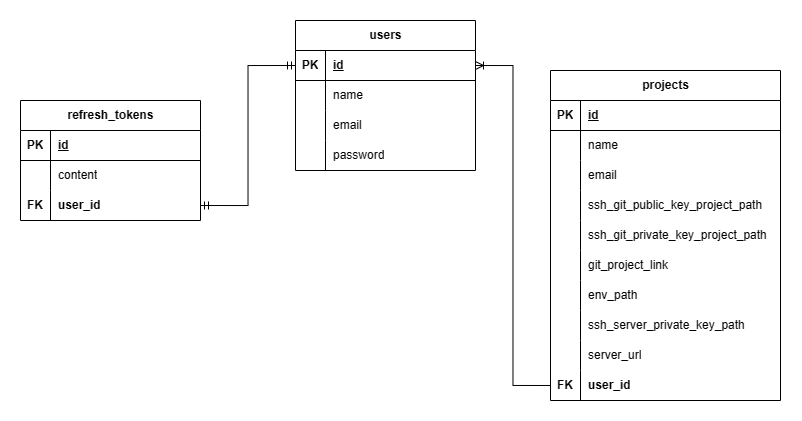
Above: deployment_back/assets/database-schema.png in Rus203/deployment_service (draw.io), before the change. Source tidied: cells renumbered, new cells last; positions are measured from the earlier drawing's top-left corner, leaving out a move shared by most shapes.
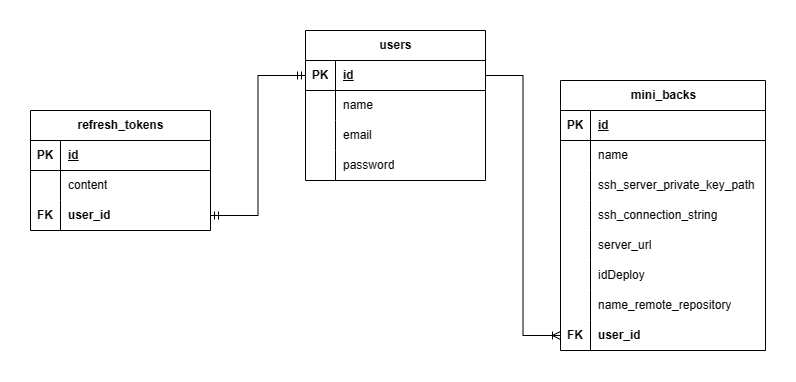
Later version of the same file.

Change to the diagram source:
```diff
@@ -41,98 +41,80 @@
     <mxCell id="14" value="password" style="shape=partialRectangle;fillColor=none;top=0;left=0;bottom=0;right=0;align=left;spacingLeft=6;overflow=hidden;whiteSpace=wrap;html=1;" parent="12" vertex="1">
       <mxGeometry x="30" width="150" height="30" as="geometry" />
     </mxCell>
-    <mxCell id="15" value="projects" style="shape=table;startSize=30;rowLines=0;fontStyle=1;align=center;html=1;" parent="1" vertex="1">
-      <mxGeometry x="530" y="50" width="230" height="330" as="geometry" />
+    <mxCell id="15" value="mini_backs" style="shape=table;startSize=30;rowLines=0;fontStyle=1;align=center;html=1;" parent="1" vertex="1">
+      <mxGeometry x="530" y="50" width="205" height="270" as="geometry" />
     </mxCell>
     <mxCell id="16" style="shape=tableRow;horizontal=0;startSize=0;swimlaneHead=0;swimlaneBody=0;fillColor=none;top=0;left=0;right=0;bottom=1;" parent="15" vertex="1">
-      <mxGeometry y="30" width="230" height="30" as="geometry" />
+      <mxGeometry y="30" width="205" height="30" as="geometry" />
     </mxCell>
     <mxCell id="17" value="PK" style="shape=partialRectangle;fillColor=none;top=0;left=0;bottom=0;right=0;fontStyle=1;overflow=hidden;whiteSpace=wrap;html=1;" parent="16" vertex="1">
       <mxGeometry width="30" height="30" as="geometry" />
     </mxCell>
     <mxCell id="18" value="id" style="shape=partialRectangle;fillColor=none;top=0;left=0;bottom=0;right=0;align=left;spacingLeft=6;fontStyle=5;overflow=hidden;whiteSpace=wrap;html=1;" parent="16" vertex="1">
-      <mxGeometry x="30" width="200" height="30" as="geometry" />
+      <mxGeometry x="30" width="175" height="30" as="geometry" />
     </mxCell>
     <mxCell id="19" style="shape=tableRow;horizontal=0;startSize=0;swimlaneHead=0;swimlaneBody=0;fillColor=none;top=0;left=0;right=0;bottom=0;" parent="15" vertex="1">
-      <mxGeometry y="60" width="230" height="30" as="geometry" />
+      <mxGeometry y="60" width="205" height="30" as="geometry" />
     </mxCell>
     <mxCell id="20" style="shape=partialRectangle;fillColor=none;top=0;left=0;bottom=0;right=0;overflow=hidden;whiteSpace=wrap;html=1;" parent="19" vertex="1">
       <mxGeometry width="30" height="30" as="geometry" />
     </mxCell>
     <mxCell id="21" value="name" style="shape=partialRectangle;fillColor=none;top=0;left=0;bottom=0;right=0;align=left;spacingLeft=6;overflow=hidden;whiteSpace=wrap;html=1;" parent="19" vertex="1">
-      <mxGeometry x="30" width="200" height="30" as="geometry" />
+      <mxGeometry x="30" width="175" height="30" as="geometry" />
     </mxCell>
     <mxCell id="22" style="shape=tableRow;horizontal=0;startSize=0;swimlaneHead=0;swimlaneBody=0;fillColor=none;top=0;left=0;right=0;bottom=0;" parent="15" vertex="1">
-      <mxGeometry y="90" width="230" height="30" as="geometry" />
+      <mxGeometry y="90" width="205" height="30" as="geometry" />
     </mxCell>
     <mxCell id="23" style="shape=partialRectangle;fillColor=none;top=0;left=0;bottom=0;right=0;overflow=hidden;whiteSpace=wrap;html=1;" parent="22" vertex="1">
       <mxGeometry width="30" height="30" as="geometry" />
     </mxCell>
-    <mxCell id="24" value="email" style="shape=partialRectangle;fillColor=none;top=0;left=0;bottom=0;right=0;align=left;spacingLeft=6;overflow=hidden;whiteSpace=wrap;html=1;" parent="22" vertex="1">
-      <mxGeometry x="30" width="200" height="30" as="geometry" />
+    <mxCell id="24" value="ssh_server_private_key_path" style="shape=partialRectangle;fillColor=none;top=0;left=0;bottom=0;right=0;align=left;spacingLeft=6;overflow=hidden;whiteSpace=wrap;html=1;" parent="22" vertex="1">
+      <mxGeometry x="30" width="175" height="30" as="geometry" />
     </mxCell>
-    <mxCell id="25" style="shape=tableRow;horizontal=0;startSize=0;swimlaneHead=0;swimlaneBody=0;fillColor=none;top=0;left=0;right=0;bottom=0;" parent="15" vertex="1">
-      <mxGeometry y="120" width="230" height="30" as="geometry" />
-    </mxCell>
-    <mxCell id="26" style="shape=partialRectangle;fillColor=none;top=0;left=0;bottom=0;right=0;overflow=hidden;whiteSpace=wrap;html=1;" parent="25" vertex="1">
-      <mxGeometry width="30" height="30" as="geometry" />
-    </mxCell>
-    <mxCell id="27" value="ssh_git_public_key_project_path" style="shape=partialRectangle;fillColor=none;top=0;left=0;bottom=0;right=0;align=left;spacingLeft=6;overflow=hidden;whiteSpace=wrap;html=1;" parent="25" vertex="1">
-      <mxGeometry x="30" width="200" height="30" as="geometry" />
-    </mxCell>
-    <mxCell id="28" style="shape=tableRow;horizontal=0;startSize=0;swimlaneHead=0;swimlaneBody=0;fillColor=none;top=0;left=0;right=0;bottom=0;" parent="15" vertex="1">
-      <mxGeometry y="150" width="230" height="30" as="geometry" />
-    </mxCell>
-    <mxCell id="29" style="shape=partialRectangle;fillColor=none;top=0;left=0;bottom=0;right=0;overflow=hidden;whiteSpace=wrap;html=1;" parent="28" vertex="1">
-      <mxGeometry width="30" height="30" as="geometry" />
-    </mxCell>
-    <mxCell id="30" value="ssh_git_private_key_project_path" style="shape=partialRectangle;fillColor=none;top=0;left=0;bottom=0;right=0;align=left;spacingLeft=6;overflow=hidden;whiteSpace=wrap;html=1;" parent="28" vertex="1">
-      <mxGeometry x="30" width="200" height="30" as="geometry" />
-    </mxCell>
     <mxCell id="31" style="shape=tableRow;horizontal=0;startSize=0;swimlaneHead=0;swimlaneBody=0;fillColor=none;top=0;left=0;right=0;bottom=0;" parent="15" vertex="1">
-      <mxGeometry y="180" width="230" height="30" as="geometry" />
+      <mxGeometry y="120" width="205" height="30" as="geometry" />
     </mxCell>
     <mxCell id="32" style="shape=partialRectangle;fillColor=none;top=0;left=0;bottom=0;right=0;overflow=hidden;whiteSpace=wrap;html=1;" parent="31" vertex="1">
       <mxGeometry width="30" height="30" as="geometry" />
     </mxCell>
-    <mxCell id="33" style="shape=partialRectangle;fillColor=none;top=0;left=0;bottom=0;right=0;align=left;spacingLeft=6;overflow=hidden;whiteSpace=wrap;html=1;" parent="31" vertex="1">
-      <mxGeometry x="30" width="200" height="30" as="geometry" />
+    <mxCell id="33" value="ssh_connection_string" style="shape=partialRectangle;fillColor=none;top=0;left=0;bottom=0;right=0;align=left;spacingLeft=6;overflow=hidden;whiteSpace=wrap;html=1;" parent="31" vertex="1">
+      <mxGeometry x="30" width="175" height="30" as="geometry" />
     </mxCell>
     <mxCell id="34" style="shape=tableRow;horizontal=0;startSize=0;swimlaneHead=0;swimlaneBody=0;fillColor=none;top=0;left=0;right=0;bottom=0;" parent="15" vertex="1">
-      <mxGeometry y="210" width="230" height="30" as="geometry" />
+      <mxGeometry y="150" width="205" height="30" as="geometry" />
     </mxCell>
     <mxCell id="35" style="shape=partialRectangle;fillColor=none;top=0;left=0;bottom=0;right=0;overflow=hidden;whiteSpace=wrap;html=1;" parent="34" vertex="1">
       <mxGeometry width="30" height="30" as="geometry" />
     </mxCell>
-    <mxCell id="36" value="env_path" style="shape=partialRectangle;fillColor=none;top=0;left=0;bottom=0;right=0;align=left;spacingLeft=6;overflow=hidden;whiteSpace=wrap;html=1;" parent="34" vertex="1">
-      <mxGeometry x="30" width="200" height="30" as="geometry" />
+    <mxCell id="36" value="server_url" style="shape=partialRectangle;fillColor=none;top=0;left=0;bottom=0;right=0;align=left;spacingLeft=6;overflow=hidden;whiteSpace=wrap;html=1;" parent="34" vertex="1">
+      <mxGeometry x="30" width="175" height="30" as="geometry" />
     </mxCell>
     <mxCell id="37" style="shape=tableRow;horizontal=0;startSize=0;swimlaneHead=0;swimlaneBody=0;fillColor=none;top=0;left=0;right=0;bottom=0;" parent="15" vertex="1">
-      <mxGeometry y="240" width="230" height="30" as="geometry" />
+      <mxGeometry y="180" width="205" height="30" as="geometry" />
     </mxCell>
     <mxCell id="38" style="shape=partialRectangle;fillColor=none;top=0;left=0;bottom=0;right=0;overflow=hidden;whiteSpace=wrap;html=1;" parent="37" vertex="1">
       <mxGeometry width="30" height="30" as="geometry" />
     </mxCell>
-    <mxCell id="39" value="ssh_server_private_key_path" style="shape=partialRectangle;fillColor=none;top=0;left=0;bottom=0;right=0;align=left;spacingLeft=6;overflow=hidden;whiteSpace=wrap;html=1;" parent="37" vertex="1">
-      <mxGeometry x="30" width="200" height="30" as="geometry" />
+    <mxCell id="39" value="idDeploy" style="shape=partialRectangle;fillColor=none;top=0;left=0;bottom=0;right=0;align=left;spacingLeft=6;overflow=hidden;whiteSpace=wrap;html=1;" parent="37" vertex="1">
+      <mxGeometry x="30" width="175" height="30" as="geometry" />
     </mxCell>
     <mxCell id="40" style="shape=tableRow;horizontal=0;startSize=0;swimlaneHead=0;swimlaneBody=0;fillColor=none;top=0;left=0;right=0;bottom=0;" parent="15" vertex="1">
-      <mxGeometry y="270" width="230" height="30" as="geometry" />
+      <mxGeometry y="210" width="205" height="30" as="geometry" />
     </mxCell>
     <mxCell id="41" style="shape=partialRectangle;fillColor=none;top=0;left=0;bottom=0;right=0;overflow=hidden;whiteSpace=wrap;html=1;" parent="40" vertex="1">
       <mxGeometry width="30" height="30" as="geometry" />
     </mxCell>
-    <mxCell id="42" value="server_url" style="shape=partialRectangle;fillColor=none;top=0;left=0;bottom=0;right=0;align=left;spacingLeft=6;overflow=hidden;whiteSpace=wrap;html=1;" parent="40" vertex="1">
-      <mxGeometry x="30" width="200" height="30" as="geometry" />
+    <mxCell id="42" value="name_remote_repository" style="shape=partialRectangle;fillColor=none;top=0;left=0;bottom=0;right=0;align=left;spacingLeft=6;overflow=hidden;whiteSpace=wrap;html=1;" parent="40" vertex="1">
+      <mxGeometry x="30" width="175" height="30" as="geometry" />
     </mxCell>
     <mxCell id="43" style="shape=tableRow;horizontal=0;startSize=0;swimlaneHead=0;swimlaneBody=0;fillColor=none;points=[[0,0.5],[1,0.5]];portConstraint=eastwest;top=0;left=0;right=0;bottom=0;" parent="15" vertex="1">
-      <mxGeometry y="300" width="230" height="30" as="geometry" />
+      <mxGeometry y="240" width="205" height="30" as="geometry" />
     </mxCell>
     <mxCell id="44" value="&lt;b&gt;FK&lt;/b&gt;" style="shape=partialRectangle;fillColor=none;top=0;left=0;bottom=0;right=0;overflow=hidden;whiteSpace=wrap;html=1;" parent="43" vertex="1">
       <mxGeometry width="30" height="30" as="geometry" />
     </mxCell>
     <mxCell id="45" value="user_id" style="shape=partialRectangle;fillColor=none;top=0;left=0;bottom=0;right=0;align=left;spacingLeft=6;overflow=hidden;whiteSpace=wrap;html=1;fontStyle=1;" parent="43" vertex="1">
-      <mxGeometry x="30" width="200" height="30" as="geometry" />
+      <mxGeometry x="30" width="175" height="30" as="geometry" />
     </mxCell>
     <mxCell id="46" value="refresh_tokens" style="shape=table;startSize=30;rowLines=0;fontStyle=1;align=center;html=1;" parent="1" vertex="1">
       <mxGeometry y="80" width="180" height="120" as="geometry" />
@@ -167,11 +149,8 @@
     <mxCell id="56" style="edgeStyle=orthogonalEdgeStyle;fontSize=12;html=1;endArrow=ERmandOne;startArrow=ERmandOne;rounded=0;entryX=0;entryY=0.5;entryDx=0;entryDy=0;exitX=1;exitY=0.5;exitDx=0;exitDy=0;" parent="1" edge="1" source="53" target="3">
       <mxGeometry relative="1" as="geometry" />
     </mxCell>
-    <mxCell id="57" style="edgeStyle=orthogonalEdgeStyle;fontSize=12;html=1;endArrow=ERoneToMany;rounded=0;entryX=1;entryY=0.5;entryDx=0;entryDy=0;exitX=0;exitY=0.5;exitDx=0;exitDy=0;" parent="1" edge="1" source="43" target="3">
+    <mxCell id="57" style="edgeStyle=orthogonalEdgeStyle;fontSize=12;html=1;endArrow=none;rounded=0;entryX=1;entryY=0.5;entryDx=0;entryDy=0;exitX=0;exitY=0.5;exitDx=0;exitDy=0;endFill=0;startArrow=ERoneToMany;startFill=0;" parent="1" edge="1" source="43" target="3">
       <mxGeometry relative="1" as="geometry" />
     </mxCell>
-    <mxCell id="58" value="git_project_link" style="shape=partialRectangle;fillColor=none;top=0;left=0;bottom=0;right=0;align=left;spacingLeft=6;overflow=hidden;whiteSpace=wrap;html=1;" parent="1" vertex="1">
-      <mxGeometry x="560" y="230" width="175" height="30" as="geometry" />
-    </mxCell>
   </root>
 </mxGraphModel>
```
